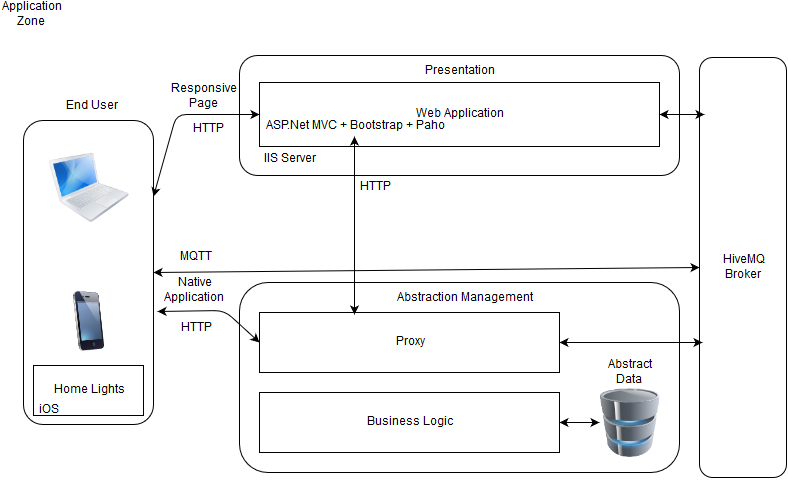
Before: img/IoT_Home_Lights.png, a diagram exported from draw.io (rachwal/IoT). Source tidied: cells renumbered, new cells last; positions are measured from the earlier drawing's top-left corner, leaving out a move shared by most shapes.
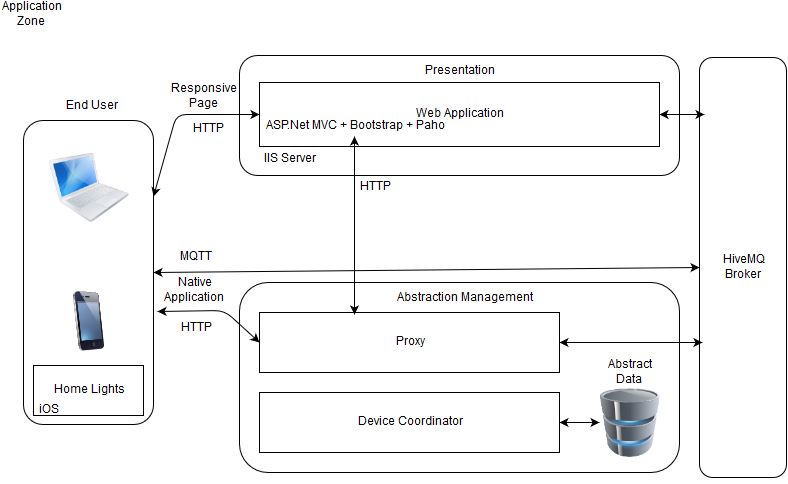
Above is the later version.

What changed in the source:
```diff
@@ -41,7 +41,7 @@
     <mxCell id="14" value="Proxy&lt;br&gt;" style="whiteSpace=wrap;html=1;" parent="12" vertex="1">
       <mxGeometry x="20" y="30" width="300" height="60" as="geometry" />
     </mxCell>
-    <mxCell id="15" value="Business Logic&lt;br&gt;" style="whiteSpace=wrap;html=1;" parent="12" vertex="1">
+    <mxCell id="15" value="Device Coordinator&lt;br&gt;" style="whiteSpace=wrap;html=1;" parent="12" vertex="1">
       <mxGeometry x="20" y="110" width="300" height="60" as="geometry" />
     </mxCell>
     <mxCell id="16" style="endArrow=classic;startArrow=classic;html=1;exitX=1;exitY=0.5;" parent="12" edge="1" source="15" target="17">
```
